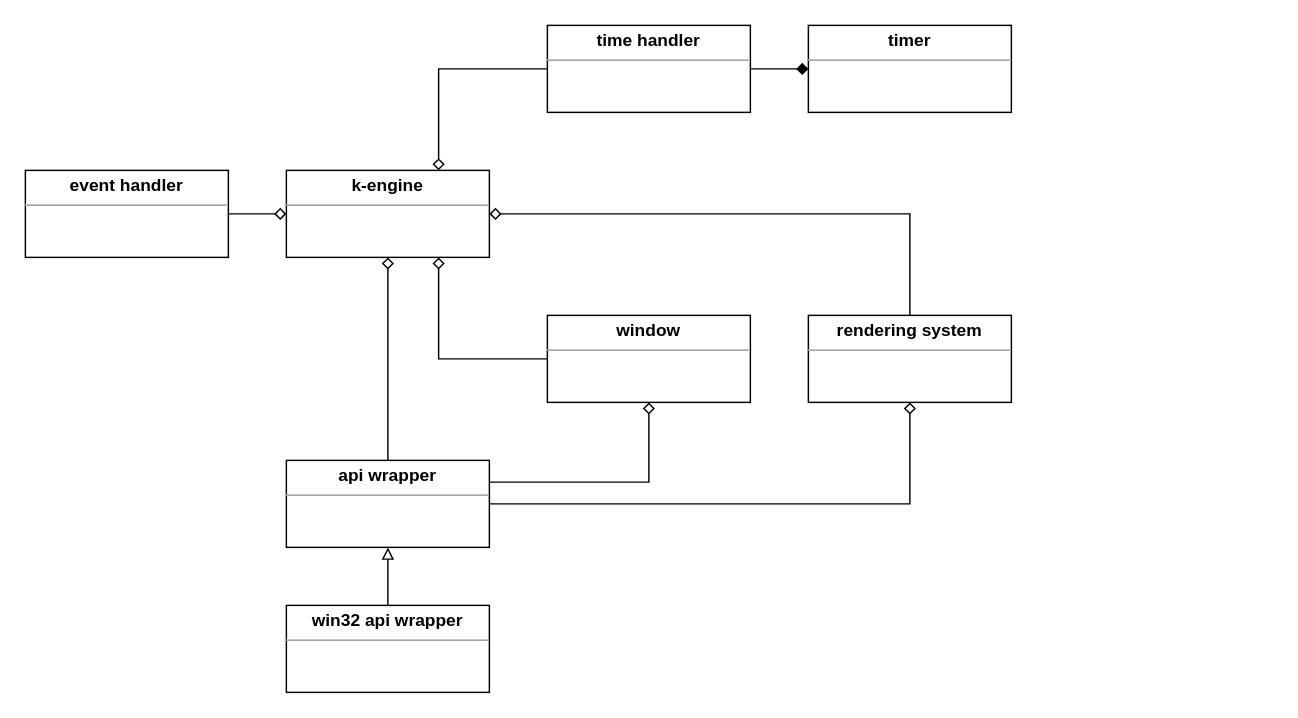
This is _docs/k-engine-classes.drawio from Keshizin/k-engine, a draw.io file, before an edit. Source tidied: cells renumbered, new cells numbered last; positions are measured from the earlier drawing's top-left corner, leaving out a move shared by most shapes. Both pictures are drawn from the tidied source at 145%, with x=0, y=0 at pixel (25, 25).
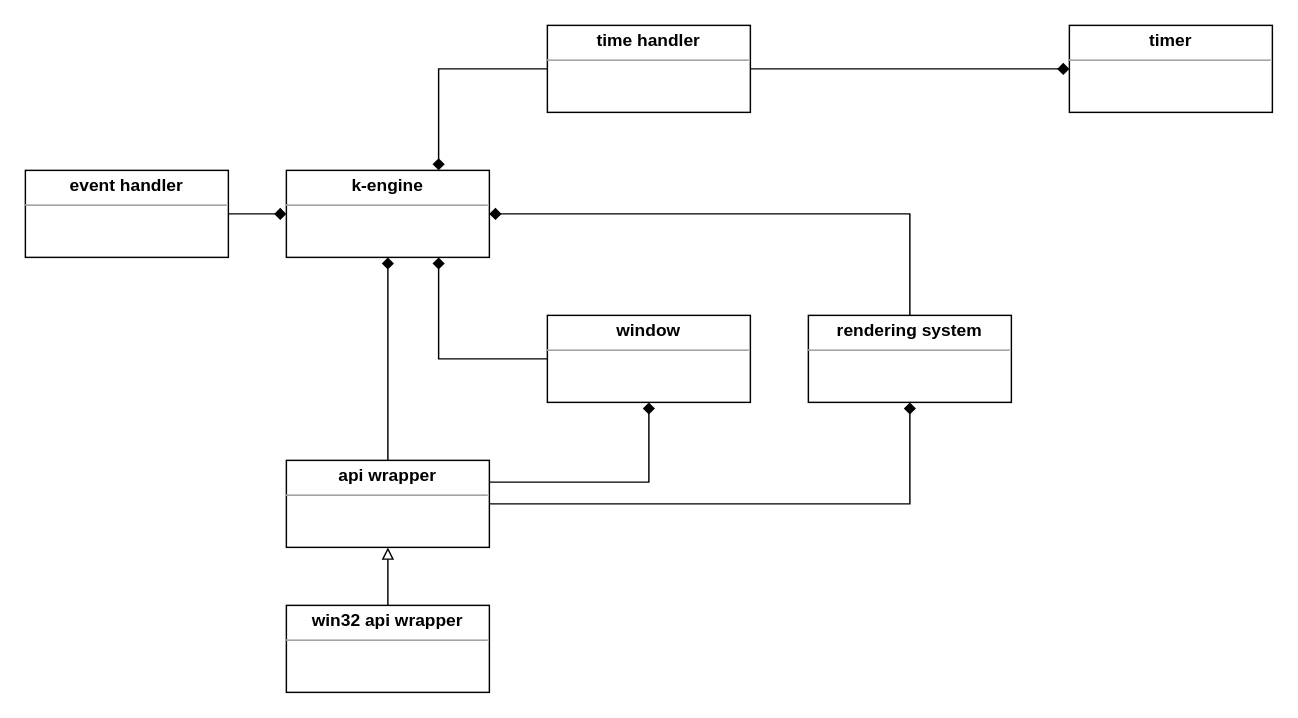
The same diagram, later.

Change to the diagram source:
```diff
@@
 <mxGraphModel>
   <root>
     <mxCell id="0" />
     <mxCell id="1" parent="0" />
     <mxCell id="2" value="&lt;p style=&quot;margin: 0px ; margin-top: 4px ; text-align: center&quot;&gt;&lt;b&gt;k-engine&lt;/b&gt;&lt;/p&gt;&lt;hr size=&quot;1&quot;&gt;&lt;div style=&quot;height: 2px&quot;&gt;&lt;/div&gt;" style="verticalAlign=top;align=left;overflow=fill;fontSize=12;fontFamily=Helvetica;html=1;" parent="1" vertex="1">
       <mxGeometry x="180" y="100" width="140" height="60" as="geometry" />
     </mxCell>
-    <mxCell id="3" style="edgeStyle=orthogonalEdgeStyle;rounded=0;jettySize=auto;html=1;endArrow=diamond;endFill=0;entryX=0.75;entryY=1;entryDx=0;entryDy=0;" parent="1" edge="1" source="4" target="2">
+    <mxCell id="3" style="edgeStyle=orthogonalEdgeStyle;rounded=0;jettySize=auto;html=1;endArrow=diamond;endFill=1;entryX=0.75;entryY=1;entryDx=0;entryDy=0;" parent="1" edge="1" source="4" target="2">
       <mxGeometry relative="1" as="geometry" />
     </mxCell>
     <mxCell id="4" value="&lt;p style=&quot;margin: 0px ; margin-top: 4px ; text-align: center&quot;&gt;&lt;b&gt;window&lt;/b&gt;&lt;/p&gt;&lt;hr size=&quot;1&quot;&gt;&lt;div style=&quot;height: 2px&quot;&gt;&lt;/div&gt;" style="verticalAlign=top;align=left;overflow=fill;fontSize=12;fontFamily=Helvetica;html=1;" parent="1" vertex="1">
       <mxGeometry x="360" y="200" width="140" height="60" as="geometry" />
     </mxCell>
-    <mxCell id="5" style="edgeStyle=orthogonalEdgeStyle;rounded=0;jettySize=auto;html=1;endArrow=diamond;endFill=0;exitX=1;exitY=0.25;exitDx=0;exitDy=0;" parent="1" edge="1" source="8" target="4">
+    <mxCell id="5" style="edgeStyle=orthogonalEdgeStyle;rounded=0;jettySize=auto;html=1;endArrow=diamond;endFill=1;exitX=1;exitY=0.25;exitDx=0;exitDy=0;" parent="1" edge="1" source="8" target="4">
       <mxGeometry relative="1" as="geometry" />
     </mxCell>
-    <mxCell id="6" style="edgeStyle=orthogonalEdgeStyle;rounded=0;jettySize=auto;html=1;endArrow=diamond;endFill=0;" parent="1" edge="1" source="8" target="2">
+    <mxCell id="6" style="edgeStyle=orthogonalEdgeStyle;rounded=0;jettySize=auto;html=1;endArrow=diamond;endFill=1;" parent="1" edge="1" source="8" target="2">
       <mxGeometry relative="1" as="geometry" />
     </mxCell>
-    <mxCell id="7" style="edgeStyle=orthogonalEdgeStyle;rounded=0;jettySize=auto;html=1;endArrow=diamond;endFill=0;" parent="1" edge="1" source="8" target="14">
+    <mxCell id="7" style="edgeStyle=orthogonalEdgeStyle;rounded=0;jettySize=auto;html=1;endArrow=diamond;endFill=1;" parent="1" edge="1" source="8" target="14">
       <mxGeometry relative="1" as="geometry" />
     </mxCell>
     <mxCell id="8" value="&lt;p style=&quot;margin: 0px ; margin-top: 4px ; text-align: center&quot;&gt;&lt;b&gt;api wrapper&lt;/b&gt;&lt;/p&gt;&lt;hr size=&quot;1&quot;&gt;&lt;div style=&quot;height: 2px&quot;&gt;&lt;/div&gt;" style="verticalAlign=top;align=left;overflow=fill;fontSize=12;fontFamily=Helvetica;html=1;" parent="1" vertex="1">
       <mxGeometry x="180" y="300" width="140" height="60" as="geometry" />
     </mxCell>
     <mxCell id="9" style="edgeStyle=orthogonalEdgeStyle;rounded=0;jettySize=auto;html=1;endArrow=block;endFill=0;" parent="1" edge="1" source="10" target="8">
       <mxGeometry relative="1" as="geometry" />
     </mxCell>
     <mxCell id="10" value="&lt;p style=&quot;margin: 0px ; margin-top: 4px ; text-align: center&quot;&gt;&lt;b&gt;win32 api wrapper&lt;/b&gt;&lt;/p&gt;&lt;hr size=&quot;1&quot;&gt;&lt;div style=&quot;height: 2px&quot;&gt;&lt;/div&gt;" style="verticalAlign=top;align=left;overflow=fill;fontSize=12;fontFamily=Helvetica;html=1;" parent="1" vertex="1">
       <mxGeometry x="180" y="400" width="140" height="60" as="geometry" />
     </mxCell>
-    <mxCell id="11" style="edgeStyle=orthogonalEdgeStyle;rounded=0;jettySize=auto;html=1;endArrow=diamond;endFill=0;" parent="1" edge="1" source="12" target="2">
+    <mxCell id="11" style="edgeStyle=orthogonalEdgeStyle;rounded=0;jettySize=auto;html=1;endArrow=diamond;endFill=1;" parent="1" edge="1" source="12" target="2">
       <mxGeometry relative="1" as="geometry" />
     </mxCell>
     <mxCell id="12" value="&lt;p style=&quot;margin: 0px ; margin-top: 4px ; text-align: center&quot;&gt;&lt;b&gt;event handler&lt;/b&gt;&lt;/p&gt;&lt;hr size=&quot;1&quot;&gt;&lt;div style=&quot;height: 2px&quot;&gt;&lt;/div&gt;" style="verticalAlign=top;align=left;overflow=fill;fontSize=12;fontFamily=Helvetica;html=1;" parent="1" vertex="1">
       <mxGeometry y="100" width="140" height="60" as="geometry" />
     </mxCell>
-    <mxCell id="13" style="edgeStyle=orthogonalEdgeStyle;rounded=0;jettySize=auto;html=1;endArrow=diamond;endFill=0;entryX=1;entryY=0.5;entryDx=0;entryDy=0;exitX=0.5;exitY=0;exitDx=0;exitDy=0;" parent="1" edge="1" source="14" target="2">
+    <mxCell id="13" style="edgeStyle=orthogonalEdgeStyle;rounded=0;jettySize=auto;html=1;endArrow=diamond;endFill=1;entryX=1;entryY=0.5;entryDx=0;entryDy=0;exitX=0.5;exitY=0;exitDx=0;exitDy=0;" parent="1" edge="1" source="14" target="2">
       <mxGeometry relative="1" as="geometry" />
     </mxCell>
     <mxCell id="14" value="&lt;p style=&quot;margin: 0px ; margin-top: 4px ; text-align: center&quot;&gt;&lt;b&gt;rendering system&lt;/b&gt;&lt;/p&gt;&lt;hr size=&quot;1&quot;&gt;&lt;div style=&quot;height: 2px&quot;&gt;&lt;/div&gt;" style="verticalAlign=top;align=left;overflow=fill;fontSize=12;fontFamily=Helvetica;html=1;" parent="1" vertex="1">
       <mxGeometry x="540" y="200" width="140" height="60" as="geometry" />
     </mxCell>
-    <mxCell id="15" style="edgeStyle=orthogonalEdgeStyle;rounded=0;jettySize=auto;html=1;entryX=0.75;entryY=0;entryDx=0;entryDy=0;endArrow=diamond;endFill=0;" parent="1" edge="1" source="17" target="2">
+    <mxCell id="15" style="edgeStyle=orthogonalEdgeStyle;rounded=0;jettySize=auto;html=1;entryX=0.75;entryY=0;entryDx=0;entryDy=0;endArrow=diamond;endFill=1;" parent="1" edge="1" source="17" target="2">
       <mxGeometry relative="1" as="geometry" />
     </mxCell>
     <mxCell id="16" style="edgeStyle=orthogonalEdgeStyle;rounded=0;jettySize=auto;html=1;endArrow=diamond;endFill=1;" parent="1" edge="1" source="17" target="18">
       <mxGeometry relative="1" as="geometry" />
     </mxCell>
     <mxCell id="17" value="&lt;p style=&quot;margin: 0px ; margin-top: 4px ; text-align: center&quot;&gt;&lt;b&gt;time handler&lt;/b&gt;&lt;/p&gt;&lt;hr size=&quot;1&quot;&gt;&lt;div style=&quot;height: 2px&quot;&gt;&lt;/div&gt;" style="verticalAlign=top;align=left;overflow=fill;fontSize=12;fontFamily=Helvetica;html=1;" parent="1" vertex="1">
       <mxGeometry x="360" width="140" height="60" as="geometry" />
     </mxCell>
     <mxCell id="18" value="&lt;p style=&quot;margin: 0px ; margin-top: 4px ; text-align: center&quot;&gt;&lt;b&gt;timer&lt;/b&gt;&lt;/p&gt;&lt;hr size=&quot;1&quot;&gt;&lt;div style=&quot;height: 2px&quot;&gt;&lt;/div&gt;" style="verticalAlign=top;align=left;overflow=fill;fontSize=12;fontFamily=Helvetica;html=1;" parent="1" vertex="1">
-      <mxGeometry x="540" width="140" height="60" as="geometry" />
+      <mxGeometry x="720" width="140" height="60" as="geometry" />
     </mxCell>
   </root>
 </mxGraphModel>
```
